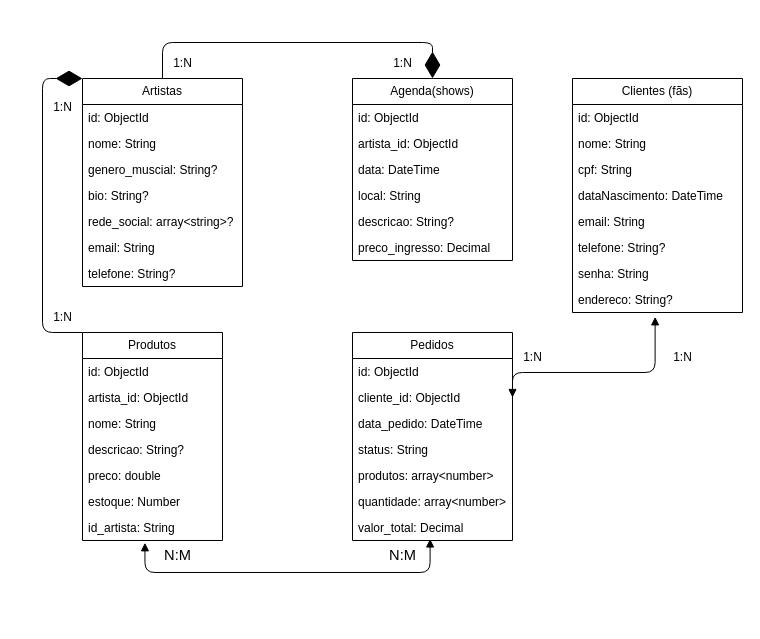
Earlier version of the draw.io diagram page "ARTISTAS" (3 of 4) of docs/PI_EntregaParcial/NoAm.drawio (eduardogrespi/bn-dsm-2025-2). Source tidied: cells renumbered, new cells numbered last; positions are measured from the earlier drawing's top-left corner, leaving out a move shared by most shapes. Both pictures are drawn from the tidied source at 100%, with x=0, y=0 at pixel (42, 42).
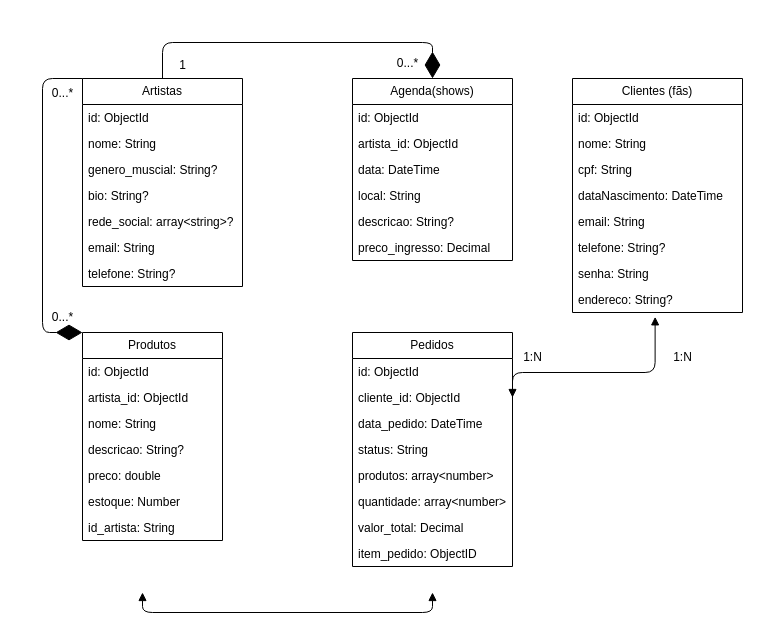
The same diagram, later.

The change refers to these unchanged cells:
```xml
<mxCell id="2" value="Artistas" style="swimlane;fontStyle=0;horizontal=1;startSize=26;fillColor=none;whiteSpace=wrap;html=1;" parent="1" vertex="1">
  <mxGeometry x="40" y="36" width="160" height="208" as="geometry" />
</mxCell>
<mxCell id="19" value="Produtos" style="swimlane;fontStyle=0;horizontal=1;startSize=26;fillColor=none;whiteSpace=wrap;html=1;" parent="1" vertex="1">
  <mxGeometry x="40" y="290" width="140" height="208" as="geometry" />
</mxCell>
<mxCell id="26" value="id_artista: String" style="text;strokeColor=none;fillColor=none;align=left;verticalAlign=top;spacingLeft=4;spacingRight=4;overflow=hidden;points=[[0,0.5],[1,0.5]];portConstraint=eastwest;whiteSpace=wrap;html=1;" parent="19" vertex="1">
  <mxGeometry y="182" width="140" height="26" as="geometry" />
</mxCell>
<mxCell id="41" value="valor_total: Decimal" style="text;strokeColor=none;fillColor=none;align=left;verticalAlign=top;spacingLeft=4;spacingRight=4;overflow=hidden;points=[[0,0.5],[1,0.5]];portConstraint=eastwest;whiteSpace=wrap;html=1;" parent="34" vertex="1">
  <mxGeometry y="182" width="160" height="26" as="geometry" />
</mxCell>
```

Diff of the diagram source:
```diff
@@
     <mxCell id="34" value="Pedidos" style="swimlane;fontStyle=0;horizontal=1;startSize=26;fillColor=none;whiteSpace=wrap;html=1;" parent="1" vertex="1">
-      <mxGeometry x="310" y="290" width="160" height="208" as="geometry" />
+      <mxGeometry x="310" y="290" width="160" height="234" as="geometry" />
     </mxCell>
@@
+    <mxCell id="54" value="item_pedido: ObjectID" style="text;strokeColor=none;fillColor=none;align=left;verticalAlign=top;spacingLeft=4;spacingRight=4;overflow=hidden;whiteSpace=wrap;html=1;" parent="34" vertex="1">
+      <mxGeometry y="208" width="160" height="26" as="geometry" />
+    </mxCell>
-    <mxCell id="42" style="endArrow=block;startArrow=block;endFill=1;startFill=1;html=1;entryX=0.485;entryY=0.942;entryDx=0;entryDy=0;entryPerimeter=0;exitX=0.446;exitY=1.087;exitDx=0;exitDy=0;exitPerimeter=0;edgeStyle=elbowEdgeStyle;elbow=vertical;" parent="1" edge="1" source="26" target="41">
+    <mxCell id="42" style="endArrow=block;startArrow=block;endFill=1;startFill=1;html=1;edgeStyle=elbowEdgeStyle;elbow=vertical;" parent="1" edge="1">
       <mxGeometry relative="1" as="geometry">
+        <mxPoint x="100" y="550" as="sourcePoint" />
+        <mxPoint x="390" y="550" as="targetPoint" />
         <Array as="points">
-          <mxPoint x="240" y="530" />
+          <mxPoint x="250" y="570" />
         </Array>
       </mxGeometry>
     </mxCell>
-    <mxCell id="43" style="endArrow=diamondThin;endFill=1;endSize=24;html=1;entryX=0;entryY=0;entryDx=0;entryDy=0;exitX=0;exitY=0;exitDx=0;exitDy=0;edgeStyle=elbowEdgeStyle;elbow=vertical;" parent="1" edge="1" source="19" target="2">
+    <mxCell id="43" style="endArrow=diamondThin;endFill=1;endSize=24;html=1;exitX=0;exitY=0;exitDx=0;exitDy=0;edgeStyle=elbowEdgeStyle;elbow=vertical;entryX=0;entryY=0;entryDx=0;entryDy=0;" parent="1" edge="1" source="2" target="19">
       <mxGeometry relative="1" as="geometry">
         <Array as="points">
           <mxPoint y="150" />
         </Array>
       </mxGeometry>
     </mxCell>
@@
-    <mxCell id="45" value="1:N" style="text;html=1;align=center;verticalAlign=middle;strokeColor=none;fillColor=none;" parent="1" vertex="1">
-      <mxGeometry y="50" width="40" height="30" as="geometry" />
-    </mxCell>
-    <mxCell id="46" value="1:N" style="text;html=1;align=center;verticalAlign=middle;strokeColor=none;fillColor=none;" parent="1" vertex="1">
+    <mxCell id="46" value="0...*" style="text;html=1;align=center;verticalAlign=middle;strokeColor=none;fillColor=none;" parent="1" vertex="1">
       <mxGeometry y="260" width="40" height="30" as="geometry" />
     </mxCell>
-    <mxCell id="47" value="1:N" style="text;html=1;align=center;verticalAlign=middle;strokeColor=none;fillColor=none;" parent="1" vertex="1">
-      <mxGeometry x="120" y="6" width="40" height="30" as="geometry" />
-    </mxCell>
-    <mxCell id="48" value="1:N" style="text;html=1;align=center;verticalAlign=middle;strokeColor=none;fillColor=none;" parent="1" vertex="1">
-      <mxGeometry x="340" y="6" width="40" height="30" as="geometry" />
-    </mxCell>
@@
-    <mxCell id="50" value="&lt;span id=&quot;docs-internal-guid-f4fcc393-7fff-f51e-6b1d-b3ec743a3fda&quot;&gt;&lt;span style=&quot;font-size: 11pt; font-family: Arial, sans-serif; color: rgb(0, 0, 0); background-color: transparent; font-variant-numeric: normal; font-variant-east-asian: normal; font-variant-alternates: normal; font-variant-position: normal; font-variant-emoji: normal; vertical-align: baseline; white-space: pre-wrap;&quot;&gt;N:M&lt;/span&gt;&lt;/span&gt;" style="text;html=1;align=center;verticalAlign=middle;strokeColor=none;fillColor=none;" parent="1" vertex="1">
-      <mxGeometry x="335" y="498" width="50" height="30" as="geometry" />
-    </mxCell>
-    <mxCell id="51" value="&lt;span id=&quot;docs-internal-guid-f4fcc393-7fff-f51e-6b1d-b3ec743a3fda&quot;&gt;&lt;span style=&quot;font-size: 11pt; font-family: Arial, sans-serif; color: rgb(0, 0, 0); background-color: transparent; font-variant-numeric: normal; font-variant-east-asian: normal; font-variant-alternates: normal; font-variant-position: normal; font-variant-emoji: normal; vertical-align: baseline; white-space: pre-wrap;&quot;&gt;N:M&lt;/span&gt;&lt;/span&gt;" style="text;html=1;align=center;verticalAlign=middle;strokeColor=none;fillColor=none;" parent="1" vertex="1">
-      <mxGeometry x="110" y="498" width="50" height="30" as="geometry" />
-    </mxCell>
@@
+    <mxCell id="55" value="0...*" style="text;html=1;align=center;verticalAlign=middle;strokeColor=none;fillColor=none;" parent="1" vertex="1">
+      <mxGeometry y="36" width="40" height="30" as="geometry" />
+    </mxCell>
+    <mxCell id="56" value="0...*" style="text;html=1;align=center;verticalAlign=middle;strokeColor=none;fillColor=none;" parent="1" vertex="1">
+      <mxGeometry x="345" y="6" width="40" height="30" as="geometry" />
+    </mxCell>
+    <mxCell id="57" value="1" style="text;html=1;align=center;verticalAlign=middle;strokeColor=none;fillColor=none;" parent="1" vertex="1">
+      <mxGeometry x="125" y="8" width="30" height="30" as="geometry" />
+    </mxCell>
```
